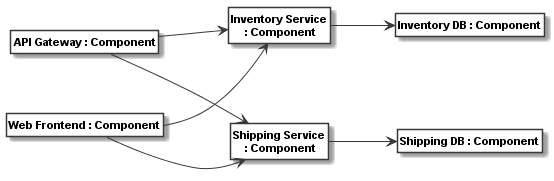
Earlier version of the PlantUML export docsrc/source/images/microservice_component_model1.png (uzdun/CodeableModels). The source it was exported from:
```plantuml
@startuml
skinparam monochrome true
skinparam ClassBackgroundColor White
hide empty members
hide circle
skinparam defaultFontName Arial
skinparam defaultFontSize 11
skinparam classfontstyle bold
left to right direction
class "API Gateway : Component" as __1_API_Gateway
class "Inventory Service\n : Component" as __2_Inventory_Service
class "Web Frontend : Component" as __3_Web_Frontend
class "Shipping Service\n : Component" as __4_Shipping_Service
class "Shipping DB : Component" as __5_Shipping_DB
class "Inventory DB : Component" as __6_Inventory_DB
__1_API_Gateway --> __2_Inventory_Service: ""
__1_API_Gateway --> __4_Shipping_Service: ""
__2_Inventory_Service --> __6_Inventory_DB: ""
__3_Web_Frontend --> __2_Inventory_Service: ""
__3_Web_Frontend --> __4_Shipping_Service: ""
__4_Shipping_Service --> __5_Shipping_DB: ""
@enduml
```
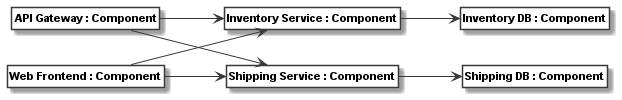
After the change.

Diff of the diagram source:
```diff
@@ -5,18 +5,17 @@
 hide circle
 skinparam defaultFontName Arial
 skinparam defaultFontSize 11
-skinparam classfontstyle bold
 left to right direction
-class "API Gateway : Component" as __1_API_Gateway
-class "Inventory Service\n : Component" as __2_Inventory_Service
-class "Web Frontend : Component" as __3_Web_Frontend
-class "Shipping Service\n : Component" as __4_Shipping_Service
-class "Shipping DB : Component" as __5_Shipping_DB
-class "Inventory DB : Component" as __6_Inventory_DB
-__1_API_Gateway --> __2_Inventory_Service: ""
-__1_API_Gateway --> __4_Shipping_Service: ""
-__2_Inventory_Service --> __6_Inventory_DB: ""
-__3_Web_Frontend --> __2_Inventory_Service: ""
-__3_Web_Frontend --> __4_Shipping_Service: ""
-__4_Shipping_Service --> __5_Shipping_DB: ""
+class "<b>API Gateway : Component</b>" as __1_API_Gateway
+class "<b>Inventory Service : Component</b>" as __2_Inventory_Service
+class "<b>Web Frontend : Component</b>" as __3_Web_Frontend
+class "<b>Shipping Service : Component</b>" as __4_Shipping_Service
+class "<b>Shipping DB : Component</b>" as __5_Shipping_DB
+class "<b>Inventory DB : Component</b>" as __6_Inventory_DB
+__1_API_Gateway --> __2_Inventory_Service
+__1_API_Gateway --> __4_Shipping_Service
+__2_Inventory_Service --> __6_Inventory_DB
+__3_Web_Frontend --> __2_Inventory_Service
+__3_Web_Frontend --> __4_Shipping_Service
+__4_Shipping_Service --> __5_Shipping_DB
 @enduml
```
